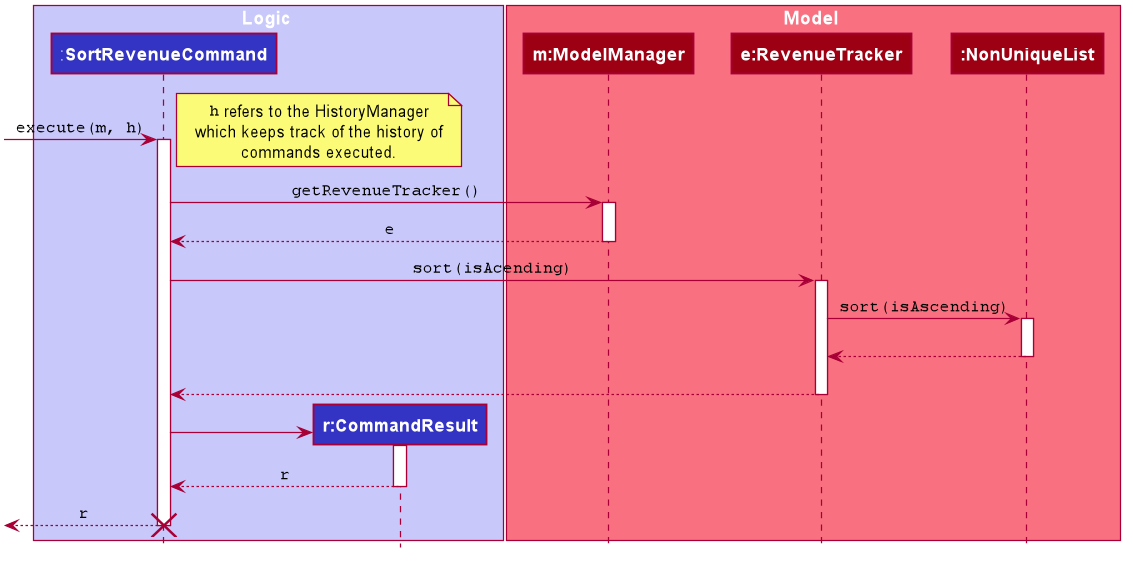
Above: docs/images/revenue/SortRevenueSD.png in yanlynnnnn/tp (PlantUML), before the change. The source it was exported from:
```plantuml
@startuml








skinparam BackgroundColor #FFFFFFF

skinparam Shadowing false

skinparam Class {
    FontColor #FFFFFF
    BorderThickness 1
    BorderColor #FFFFFF
    StereotypeFontColor #FFFFFF
    FontName Arial
    AttributeFontColor #FFFFFF
    AttributeIconSize 0
}

skinparam Actor {
    BorderColor #000000
    Color #000000
    FontName Arial
}

skinparam Sequence {
    MessageAlign center
    BoxFontSize 15
    BoxPadding 0
    BoxFontColor #FFFFFF
    FontName Arial
}

skinparam Participant {
    FontColor #FFFFFFF
    Padding 20
}

skinparam MinClassWidth 50
skinparam ParticipantPadding 10
skinparam Shadowing false
skinparam DefaultTextAlignment center
skinparam packageStyle Rectangle

hide footbox
hide circle
hide members

box Logic #C8C8FA
participant ":**SortRevenueCommand**" as SortRevenueCommand #3333C4
participant "**r:CommandResult**" as CommandResult #3333C4
end box

box Model #F97181
participant "**m:ModelManager**" as ModelManager #9D0012
participant "**e:RevenueTracker**" as RevenueTracker #9D0012
participant "**:NonUniqueList**" as NonUniqueList #9D0012
end box

[-> SortRevenueCommand : ""execute(m, h)""
activate SortRevenueCommand

note right
""h"" refers to the HistoryManager
which keeps track of the history of
commands executed.
end note

SortRevenueCommand -> ModelManager : ""getRevenueTracker()""
activate ModelManager
SortRevenueCommand <-- ModelManager: ""e""
deactivate ModelManager

SortRevenueCommand -> RevenueTracker: ""sort(isAcending)""
activate RevenueTracker
RevenueTracker -> NonUniqueList: ""sort(isAscending)""
activate NonUniqueList
RevenueTracker <-- NonUniqueList: """"
deactivate NonUniqueList
SortRevenueCommand <-- RevenueTracker: """"
deactivate RevenueTracker

create CommandResult
SortRevenueCommand -> CommandResult: """"
activate CommandResult
SortRevenueCommand <-- CommandResult: ""r""
deactivate CommandResult

[<-- SortRevenueCommand: ""r""
destroy SortRevenueCommand



@enduml
```
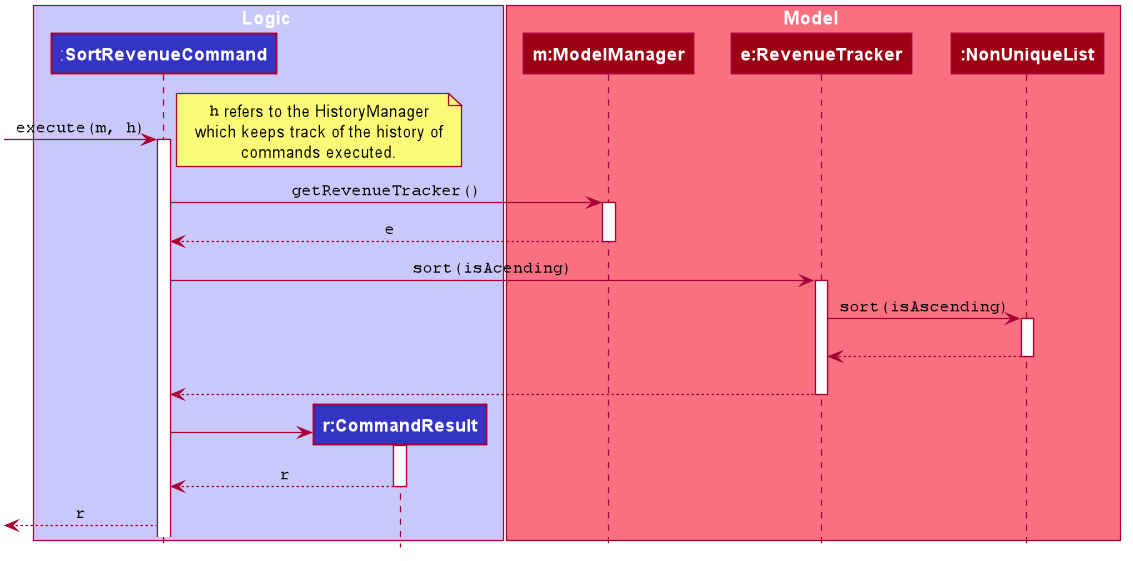
Above is the later version.

Change to the diagram source:
```diff
@@ -91,8 +91,5 @@
 deactivate CommandResult
 
 [<-- SortRevenueCommand: ""r""
-destroy SortRevenueCommand
-
-
 
 @enduml
```
